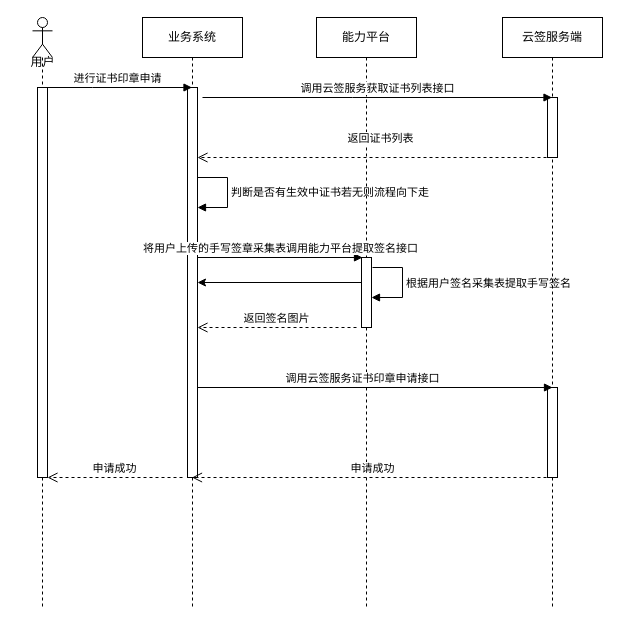
The draw.io diagram 工单系统.drawio in ljhaust/studycode, before the edit. Source tidied: cells renumbered, new cells numbered last; positions are measured from the earlier drawing's top-left corner, leaving out a move shared by most shapes. Both pictures are drawn from the tidied source at 100%, with x=0, y=0 at pixel (17, 17).
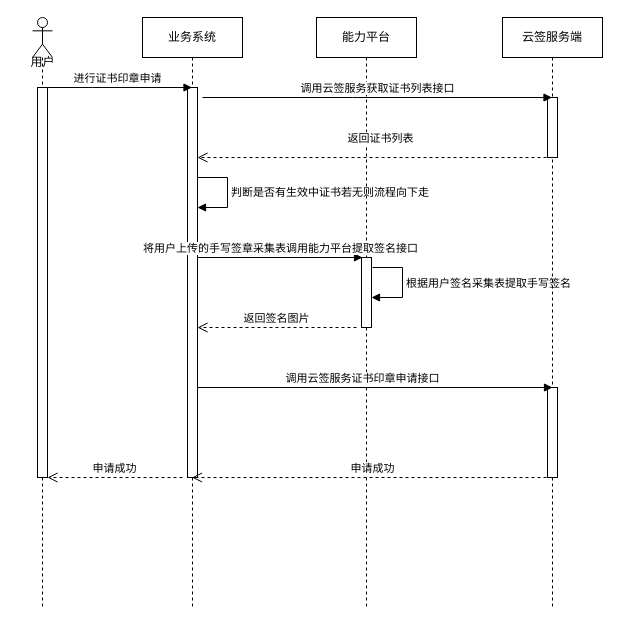
Above is the later version.

Commit message (it also covers changes not shown here):
更新工单系统.drawio

The change refers to these unchanged cells:
```xml
<mxCell id="3" style="html=1;points=[];perimeter=orthogonalPerimeter;outlineConnect=0;targetShapes=umlLifeline;portConstraint=eastwest;newEdgeStyle={&quot;edgeStyle&quot;:&quot;elbowEdgeStyle&quot;,&quot;elbow&quot;:&quot;vertical&quot;,&quot;curved&quot;:0,&quot;rounded&quot;:0};" parent="2" vertex="1">
  <mxGeometry x="45" y="70" width="10" height="390" as="geometry" />
</mxCell>
<mxCell id="6" value="能力平台" style="shape=umlLifeline;perimeter=lifelinePerimeter;whiteSpace=wrap;html=1;outlineConnect=0;portConstraint=eastwest;newEdgeStyle={&quot;edgeStyle&quot;:&quot;elbowEdgeStyle&quot;,&quot;elbow&quot;:&quot;vertical&quot;,&quot;curved&quot;:0,&quot;rounded&quot;:0};" parent="1" vertex="1">
  <mxGeometry x="299" width="100" height="590" as="geometry" />
</mxCell>
```

Diff of the diagram source:
```diff
@@
-    <mxCell id="5" style="edgeStyle=elbowEdgeStyle;rounded=0;jettySize=auto;html=1;elbow=vertical;curved=0;" parent="1" edge="1" source="6" target="3">
-      <mxGeometry relative="1" as="geometry" />
-    </mxCell>
```
